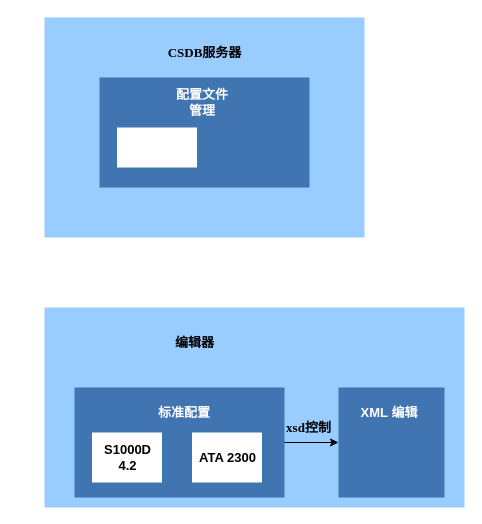
DemonHan/KuickBuy keeps this draw.io diagram as csdb/编辑器支持4.2.drawio. Above is the earlier version. Source tidied: cells renumbered, new cells numbered last; positions are measured from the earlier drawing's top-left corner, leaving out a move shared by most shapes. Both pictures are drawn from the tidied source at 100%, with x=0, y=0 at pixel (44, 17).
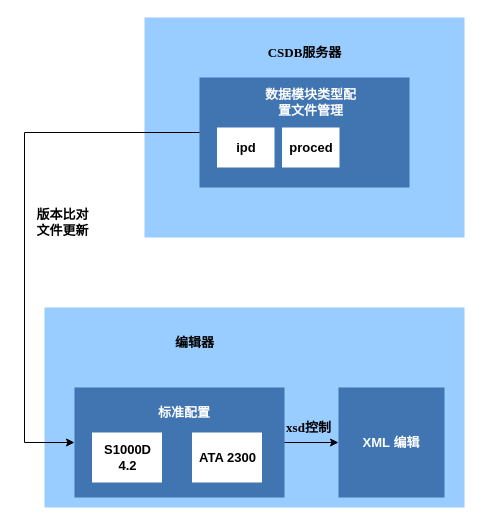
The same diagram, later.

Commit message (it also covers changes not shown here):
更新编辑器支持4.2.drawio

The change refers to these unchanged cells:
```xml
<mxCell id="4" style="rounded=0;whiteSpace=wrap;html=1;fontStyle=1;fontSize=13;fillColor=#4175B1;strokeColor=none;" parent="1" vertex="1">
  <mxGeometry x="30" y="370" width="210" height="110" as="geometry" />
</mxCell>
```

Change to the diagram source:
```diff
@@
     <mxCell id="5" style="rounded=0;whiteSpace=wrap;html=1;fillColor=#99CCFF;strokeColor=none;" parent="1" vertex="1">
-      <mxGeometry width="320" height="220" as="geometry" />
+      <mxGeometry x="100" width="320" height="220" as="geometry" />
     </mxCell>
     <mxCell id="6" value="CSDB服务器" style="text;html=1;align=center;verticalAlign=middle;strokeColor=none;fillColor=none;fontStyle=1;fontFamily=Garamond;fontSize=13;" parent="1" vertex="1">
-      <mxGeometry x="115" y="20" width="90" height="30" as="geometry" />
+      <mxGeometry x="215" y="20" width="90" height="30" as="geometry" />
     </mxCell>
@@
     <mxCell id="12" style="rounded=0;whiteSpace=wrap;html=1;fontStyle=1;fontSize=13;fillColor=#4175B1;strokeColor=none;" parent="1" vertex="1">
-      <mxGeometry x="55" y="60" width="210" height="110" as="geometry" />
+      <mxGeometry x="155" y="60" width="210" height="110" as="geometry" />
     </mxCell>
-    <mxCell id="13" value="配置文件管理" style="text;html=1;align=center;verticalAlign=middle;whiteSpace=wrap;rounded=0;fontStyle=1;fontSize=13;strokeColor=none;fontColor=#FFFFFF;" parent="1" vertex="1">
-      <mxGeometry x="127.5" y="70" width="60" height="30" as="geometry" />
+    <mxCell id="13" value="数据模块类型配置文件管理" style="text;html=1;align=center;verticalAlign=middle;whiteSpace=wrap;rounded=0;fontStyle=1;fontSize=13;strokeColor=none;fontColor=#FFFFFF;" parent="1" vertex="1">
+      <mxGeometry x="220" y="70" width="92.5" height="30" as="geometry" />
     </mxCell>
-    <mxCell id="14" style="rounded=0;whiteSpace=wrap;html=1;fontStyle=1;fontSize=13;fillColor=#FFFFFF;strokeColor=none;" parent="1" vertex="1">
-      <mxGeometry x="72.5" y="110" width="80" height="40" as="geometry" />
+    <mxCell id="14" value="ipd" style="rounded=0;whiteSpace=wrap;html=1;fontStyle=1;fontSize=13;fillColor=#FFFFFF;strokeColor=none;" parent="1" vertex="1">
+      <mxGeometry x="172.5" y="110" width="57.5" height="40" as="geometry" />
     </mxCell>
@@
     <mxCell id="16" value="XML 编辑" style="text;html=1;align=center;verticalAlign=middle;whiteSpace=wrap;rounded=0;fontStyle=1;fontSize=13;strokeColor=none;fontColor=#FFFFFF;" parent="1" vertex="1">
-      <mxGeometry x="315" y="380" width="60" height="30" as="geometry" />
+      <mxGeometry x="317" y="410" width="60" height="30" as="geometry" />
     </mxCell>
@@
+    <mxCell id="19" value="proced" style="rounded=0;whiteSpace=wrap;html=1;fontStyle=1;fontSize=13;fillColor=#FFFFFF;strokeColor=none;" parent="1" vertex="1">
+      <mxGeometry x="237.5" y="110" width="57.5" height="40" as="geometry" />
+    </mxCell>
+    <mxCell id="20" style="endArrow=classic;html=1;rounded=0;exitX=0;exitY=0.5;exitDx=0;exitDy=0;entryX=0;entryY=0.5;entryDx=0;entryDy=0;" parent="1" edge="1" source="12" target="4">
+      <mxGeometry relative="1" as="geometry">
+        <Array as="points">
+          <mxPoint x="-20" y="115" />
+          <mxPoint x="-20" y="425" />
+        </Array>
+      </mxGeometry>
+    </mxCell>
+    <mxCell id="21" value="&lt;div&gt;版本比对&lt;/div&gt;文件更新" style="text;html=1;align=center;verticalAlign=middle;strokeColor=none;fillColor=none;fontStyle=1;fontFamily=Garamond;fontSize=13;" parent="1" vertex="1">
+      <mxGeometry x="-22.5" y="185" width="80" height="40" as="geometry" />
+    </mxCell>
```
